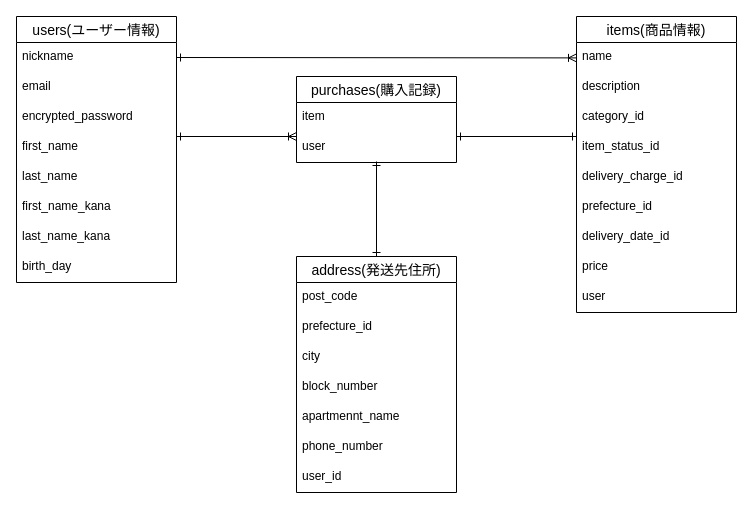
This is er.dio from Matsu-sh821/furima-41338, a draw.io file, before an edit. Source tidied: cells renumbered, new cells numbered last; positions are measured from the earlier drawing's top-left corner, leaving out a move shared by most shapes. Both pictures are drawn from the tidied source at 100%, with x=0, y=0 at pixel (16, 16).
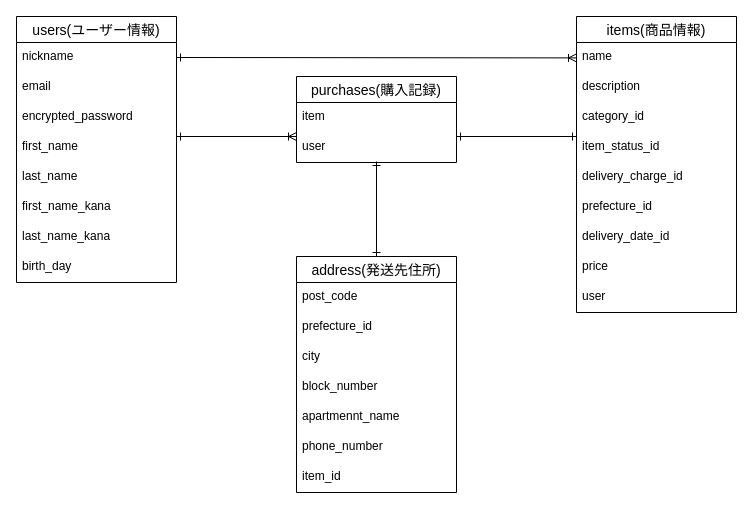
The same diagram, later.

Unchanged cells that the change refers to:
```xml
<mxCell id="26" value="address(発送先住所)" style="swimlane;fontStyle=0;horizontal=1;startSize=26;align=center;fontSize=14;" parent="1" vertex="1">
  <mxGeometry x="280" y="240" width="160" height="236" as="geometry" />
</mxCell>
```

What changed in the source:
```diff
@@
-    <mxCell id="33" value="user_id" style="text;strokeColor=none;fillColor=none;spacingLeft=4;spacingRight=4;overflow=hidden;fontSize=12;" parent="26" vertex="1">
+    <mxCell id="33" value="item_id" style="text;strokeColor=none;fillColor=none;spacingLeft=4;spacingRight=4;overflow=hidden;fontSize=12;" parent="26" vertex="1">
       <mxGeometry y="206" width="160" height="30" as="geometry" />
     </mxCell>
```
